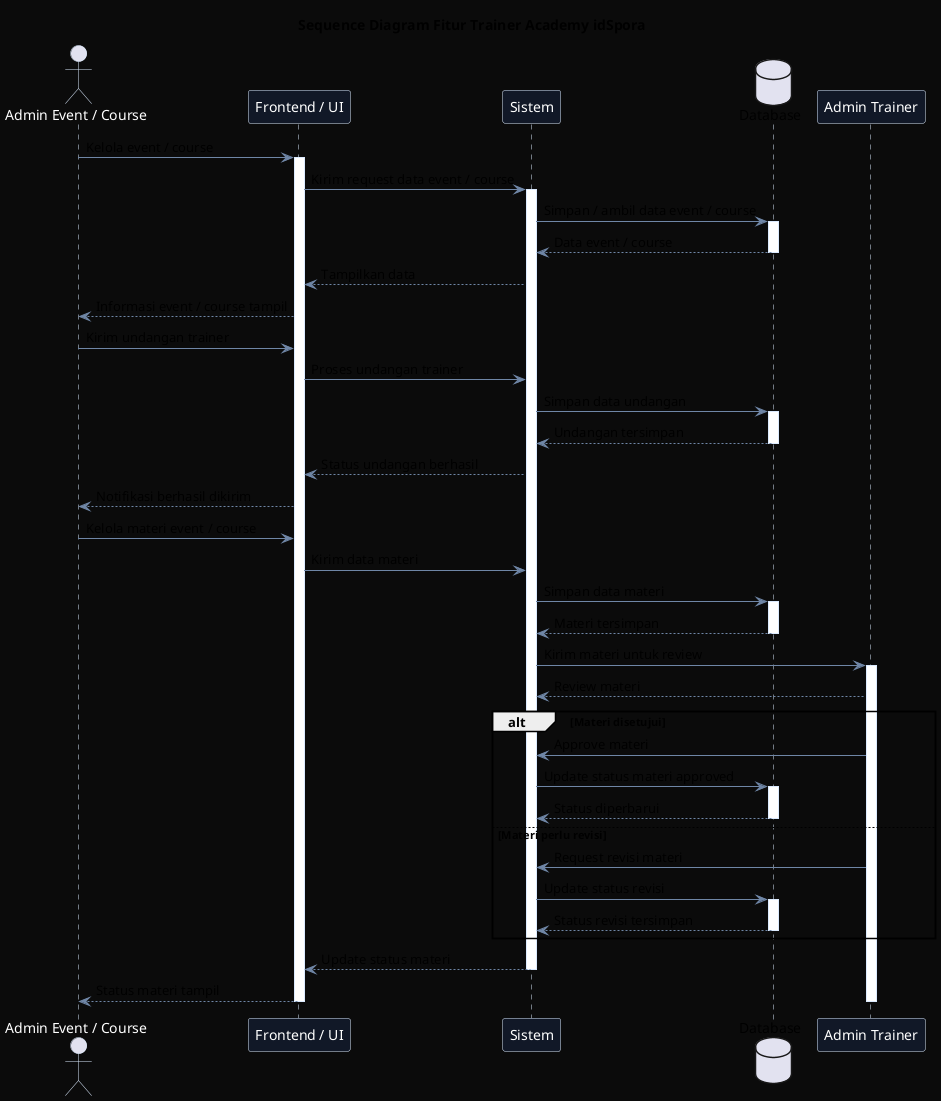
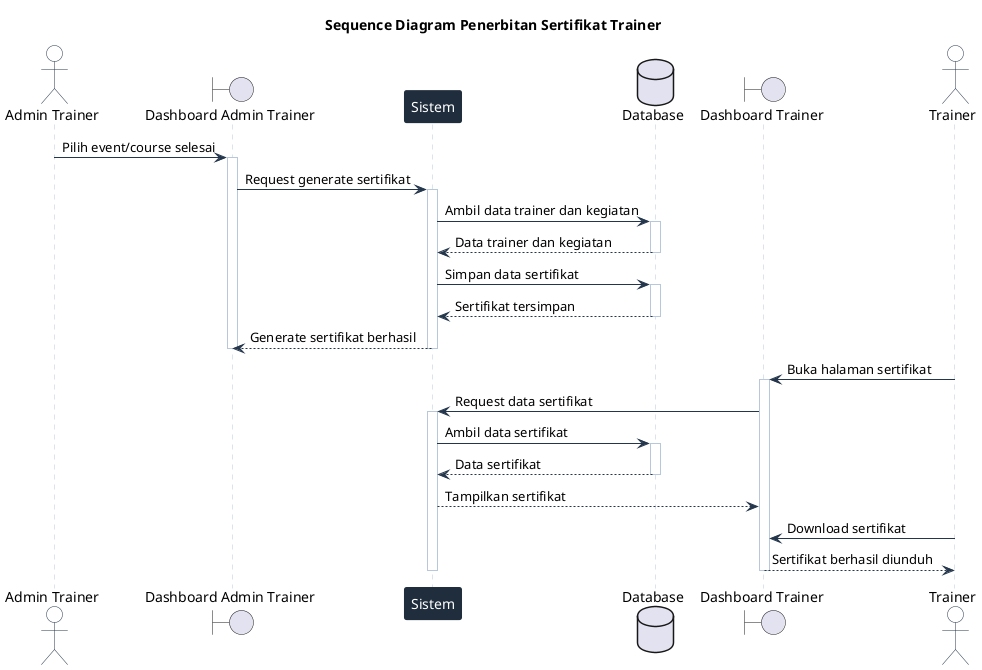
@startuml
- title Sequence Diagram Fitur Trainer Academy idSpora
+ title Sequence Diagram Penerbitan Sertifikat Trainer

- skinparam backgroundColor #0b0b0b
+ skinparam backgroundColor white
+ skinparam shadowing false
+ 
skinparam sequence {
-     ArrowColor #6f86a6
-     LifeLineBorderColor #dbeafe
-     LifeLineBackgroundColor #ffffff
-     ParticipantBorderColor #dbeafe
-     ParticipantBackgroundColor #111827
-     ParticipantFontColor #ffffff
-     ActorBorderColor #dbeafe
-     ActorFontColor #ffffff
-     DatabaseBorderColor #dbeafe
-     DatabaseBackgroundColor #ffffff
-     DatabaseFontColor #ffffff
+     ArrowColor #24364B
+     LifeLineBorderColor #B8C7D9
+     LifeLineBackgroundColor white
+ 
+     ActorBorderColor #24364B
+     ActorBackgroundColor white
+ 
+     BoundaryBorderColor #24364B
+     BoundaryBackgroundColor white
+ 
+     DatabaseBorderColor #24364B
+     DatabaseBackgroundColor white
+ 
+     ParticipantBackgroundColor #1F2D3D
+     ParticipantBorderColor #1F2D3D
+     ParticipantFontColor white
}

- actor "Admin Event / Course" as AdminEvent
- participant "Frontend / UI" as UI
- participant "Sistem" as Sistem
+ actor "Admin Trainer" as Admin
+ boundary "Dashboard Admin Trainer" as AdminDash
+ participant "Sistem" as System
database "Database" as DB
- participant "Admin Trainer" as AdminTrainer
+ boundary "Dashboard Trainer" as TrainerDash
+ actor "Trainer" as Trainer

- AdminEvent -> UI : Kelola event / course
- activate UI
+ Admin -> AdminDash : Pilih event/course selesai
+ activate AdminDash

- UI -> Sistem : Kirim request data event / course
- activate Sistem
- Sistem -> DB : Simpan / ambil data event / course
+ AdminDash -> System : Request generate sertifikat
+ activate System
+ 
+ System -> DB : Ambil data trainer dan kegiatan
activate DB
- DB --> Sistem : Data event / course
- deactivate DB
- Sistem --> UI : Tampilkan data
- UI --> AdminEvent : Informasi event / course tampil
- 
- AdminEvent -> UI : Kirim undangan trainer
- UI -> Sistem : Proses undangan trainer
- Sistem -> DB : Simpan data undangan
- activate DB
- DB --> Sistem : Undangan tersimpan
- deactivate DB
- Sistem --> UI : Status undangan berhasil
- UI --> AdminEvent : Notifikasi berhasil dikirim
- 
- AdminEvent -> UI : Kelola materi event / course
- UI -> Sistem : Kirim data materi
- Sistem -> DB : Simpan data materi
- activate DB
- DB --> Sistem : Materi tersimpan
+ DB --> System : Data trainer dan kegiatan
deactivate DB

- Sistem -> AdminTrainer : Kirim materi untuk review
- activate AdminTrainer
- AdminTrainer --> Sistem : Review materi
+ System -> DB : Simpan data sertifikat
+ activate DB
+ DB --> System : Sertifikat tersimpan
+ deactivate DB

- alt Materi disetujui
-     AdminTrainer -> Sistem : Approve materi
-     Sistem -> DB : Update status materi approved
-     activate DB
-     DB --> Sistem : Status diperbarui
-     deactivate DB
- else Materi perlu revisi
-     AdminTrainer -> Sistem : Request revisi materi
-     Sistem -> DB : Update status revisi
-     activate DB
-     DB --> Sistem : Status revisi tersimpan
-     deactivate DB
- end
+ System --> AdminDash : Generate sertifikat berhasil
+ deactivate System
+ deactivate AdminDash

- Sistem --> UI : Update status materi
- deactivate Sistem
- UI --> AdminEvent : Status materi tampil
- deactivate UI
+ Trainer -> TrainerDash : Buka halaman sertifikat
+ activate TrainerDash

- deactivate AdminTrainer
+ TrainerDash -> System : Request data sertifikat
+ activate System
+ 
+ System -> DB : Ambil data sertifikat
+ activate DB
+ DB --> System : Data sertifikat
+ deactivate DB
+ 
+ System --> TrainerDash : Tampilkan sertifikat
+ 
+ Trainer -> TrainerDash : Download sertifikat
+ TrainerDash --> Trainer : Sertifikat berhasil diunduh
+ 
+ deactivate System
+ deactivate TrainerDash

@enduml